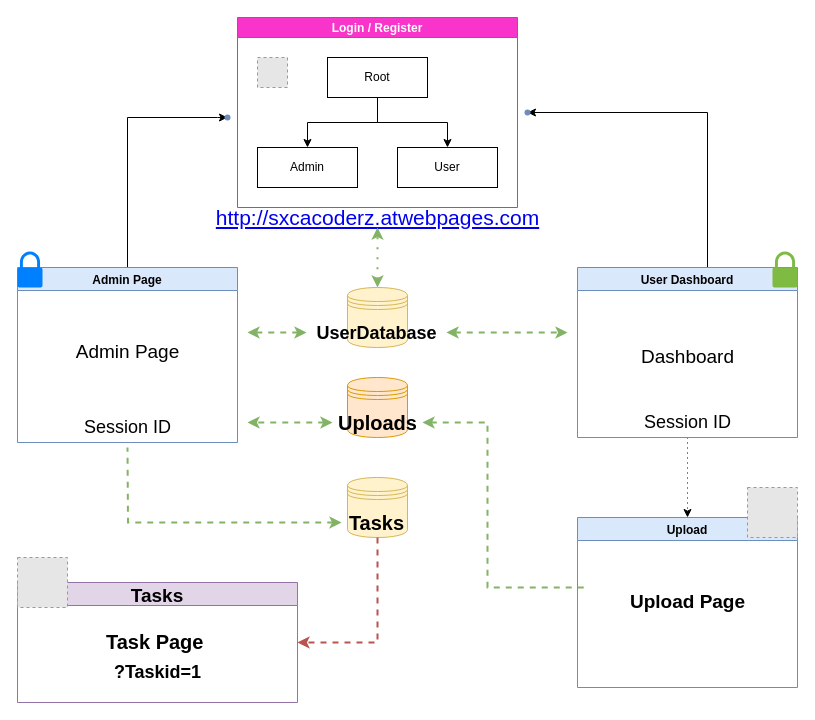
jaisonjohn78/SXCA_Coders keeps this draw.io diagram as Untitled Diagram.drawio. Above is the earlier version. Source tidied: cells renumbered, new cells numbered last; positions are measured from the earlier drawing's top-left corner, leaving out a move shared by most shapes. Both pictures are drawn from the tidied source at 100%, with x=0, y=0 at pixel (17, 17). Pictures stored in the file or linked from it are replaced by grey dashed boxes.
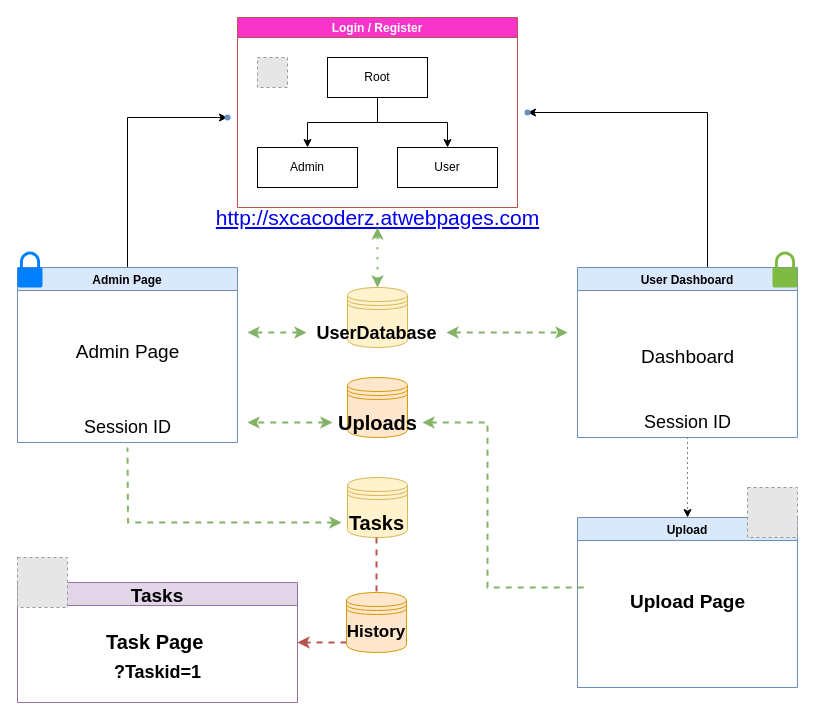
The same page after the edit.

The change refers to these unchanged cells:
```xml
<mxCell id="34" value="&lt;b&gt;Tasks&lt;/b&gt;" style="text;html=1;align=center;verticalAlign=middle;points=[];strokeColor=none;fillColor=none;fontSize=20;fontColor=#000000;" parent="1" vertex="1">
  <mxGeometry x="324" y="490" width="70" height="30" as="geometry" />
</mxCell>
```

What changed in the source:
```diff
@@
-    <mxCell id="33" style="edgeStyle=orthogonalEdgeStyle;rounded=0;jettySize=auto;html=1;dashed=1;fontSize=18;fontColor=#000000;startArrow=none;startFill=0;strokeWidth=2;fillColor=#f8cecc;strokeColor=#b85450;" parent="1" edge="1" source="34">
+    <mxCell id="33" style="edgeStyle=orthogonalEdgeStyle;rounded=0;jettySize=auto;html=1;dashed=1;fontSize=18;fontColor=#000000;startArrow=none;startFill=0;strokeWidth=2;fillColor=#f8cecc;strokeColor=#b85450;" parent="1" edge="1" source="43">
       <mxGeometry relative="1" as="geometry">
         <mxPoint x="280" y="625" as="targetPoint" />
         <Array as="points">
           <mxPoint x="360" y="625" />
         </Array>
       </mxGeometry>
     </mxCell>
@@
+    <mxCell id="43" value="&lt;b&gt;&lt;font style=&quot;font-size: 17px&quot;&gt;History&lt;/font&gt;&lt;/b&gt;" style="shape=datastore;whiteSpace=wrap;html=1;fillColor=#ffe6cc;strokeColor=#d79b00;" parent="1" vertex="1">
+      <mxGeometry x="329" y="575" width="60" height="60" as="geometry" />
+    </mxCell>
+    <mxCell id="44" style="edgeStyle=orthogonalEdgeStyle;rounded=0;jettySize=auto;html=1;dashed=1;fontSize=18;fontColor=#000000;startArrow=none;startFill=0;strokeWidth=2;fillColor=#f8cecc;strokeColor=#b85450;endArrow=none;" parent="1" edge="1" source="34" target="43">
+      <mxGeometry relative="1" as="geometry">
+        <Array as="points">
+          <mxPoint x="359" y="560" />
+          <mxPoint x="359" y="560" />
+        </Array>
+      </mxGeometry>
+    </mxCell>
```
